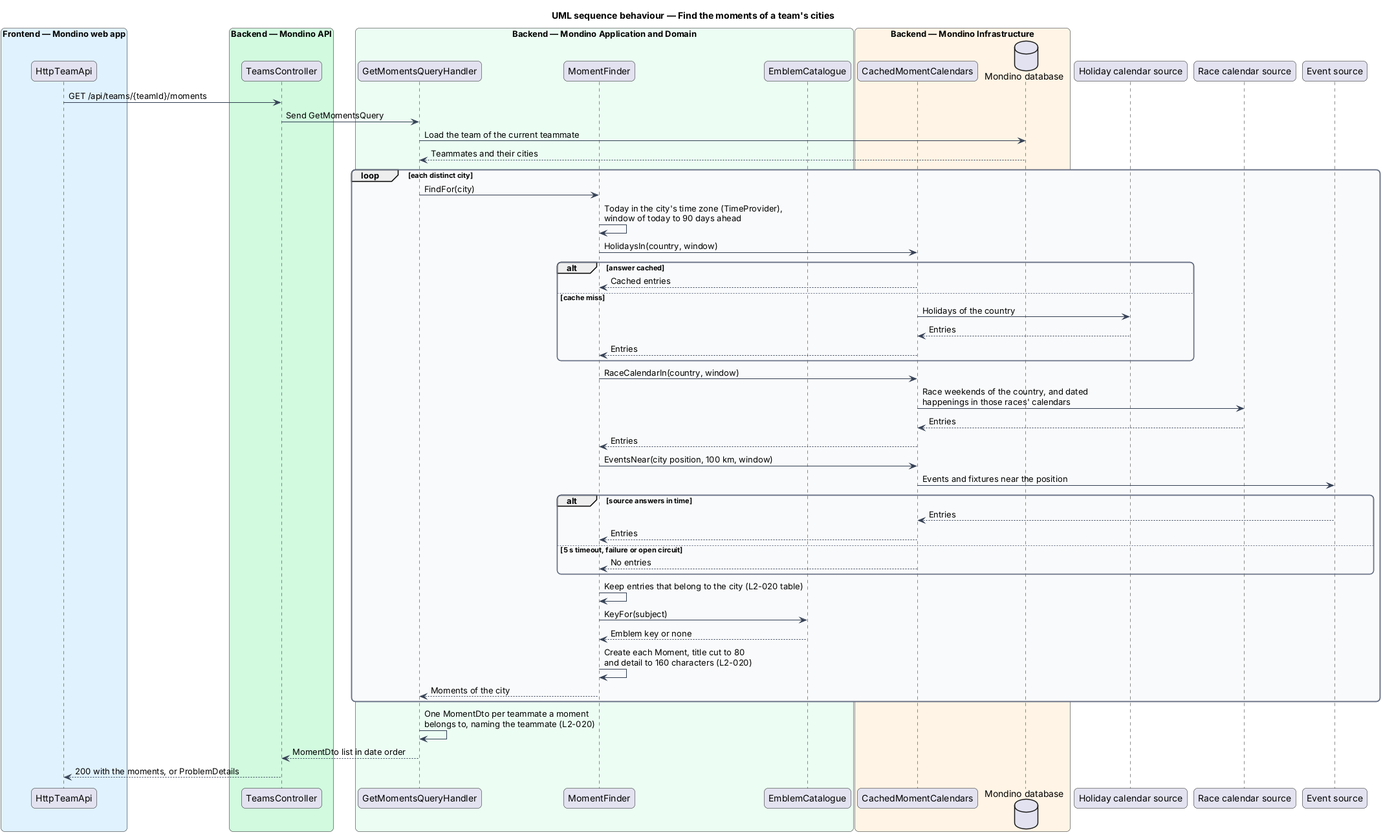
Earlier version of the PlantUML export docs/detailed-designs/moments/find-moments/diagrams/sequence-find-moments.png (QuinntyneBrown/Mondino).
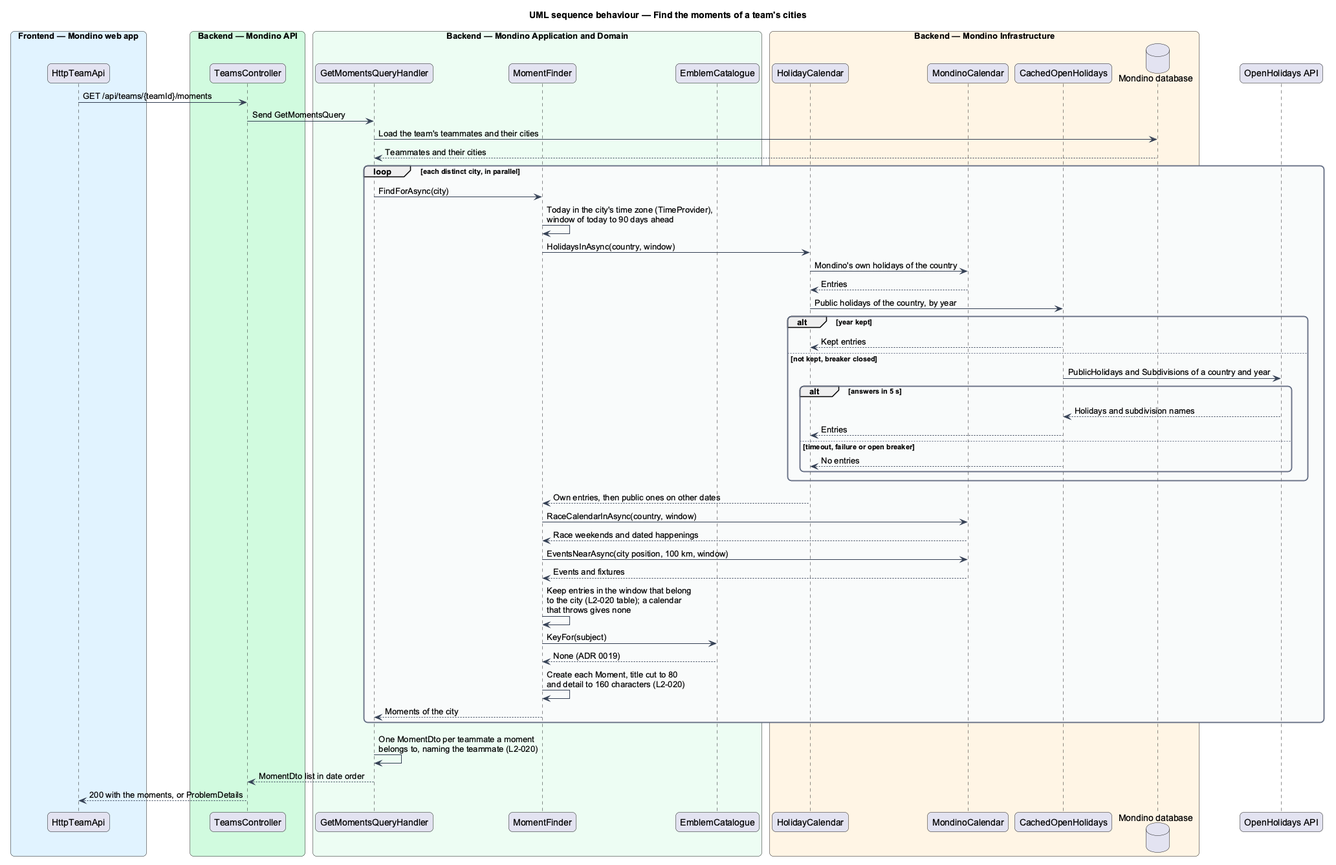
The same file after the commit.

Change to the diagram source:
```diff
@@ -26,43 +26,43 @@
   participant "EmblemCatalogue" as emblems
 end box
 box "Backend — Mondino Infrastructure" #FFF4E5
-  participant "CachedMomentCalendars" as cache
+  participant "HolidayCalendar" as holidays
+  participant "MondinoCalendar" as own
+  participant "CachedOpenHolidays" as cache
   database "Mondino database" as db
 end box
-participant "Holiday calendar source" as holidays
-participant "Race calendar source" as races
-participant "Event source" as events
+participant "OpenHolidays API" as source
 
 client -> controller : GET /api/teams/{teamId}/moments
 controller -> handler : Send GetMomentsQuery
-handler -> db : Load the team of the current teammate
+handler -> db : Load the team's teammates and their cities
 db --> handler : Teammates and their cities
-loop each distinct city
-  handler -> finder : FindFor(city)
+loop each distinct city, in parallel
+  handler -> finder : FindForAsync(city)
   finder -> finder : Today in the city's time zone (TimeProvider),\nwindow of today to 90 days ahead
-  finder -> cache : HolidaysIn(country, window)
-  alt answer cached
-    cache --> finder : Cached entries
-  else cache miss
-    cache -> holidays : Holidays of the country
-    holidays --> cache : Entries
-    cache --> finder : Entries
+  finder -> holidays : HolidaysInAsync(country, window)
+  holidays -> own : Mondino's own holidays of the country
+  own --> holidays : Entries
+  holidays -> cache : Public holidays of the country, by year
+  alt year kept
+    cache --> holidays : Kept entries
+  else not kept, breaker closed
+    cache -> source : PublicHolidays and Subdivisions of a country and year
+    alt answers in 5 s
+      source --> cache : Holidays and subdivision names
+      cache --> holidays : Entries
+    else timeout, failure or open breaker
+      cache --> holidays : No entries
+    end
   end
-  finder -> cache : RaceCalendarIn(country, window)
-  cache -> races : Race weekends of the country, and dated\nhappenings in those races' calendars
-  races --> cache : Entries
-  cache --> finder : Entries
-  finder -> cache : EventsNear(city position, 100 km, window)
-  cache -> events : Events and fixtures near the position
-  alt source answers in time
-    events --> cache : Entries
-    cache --> finder : Entries
-  else 5 s timeout, failure or open circuit
-    cache --> finder : No entries
-  end
-  finder -> finder : Keep entries that belong to the city (L2-020 table)
+  holidays --> finder : Own entries, then public ones on other dates
+  finder -> own : RaceCalendarInAsync(country, window)
+  own --> finder : Race weekends and dated happenings
+  finder -> own : EventsNearAsync(city position, 100 km, window)
+  own --> finder : Events and fixtures
+  finder -> finder : Keep entries in the window that belong\nto the city (L2-020 table); a calendar\nthat throws gives none
   finder -> emblems : KeyFor(subject)
-  emblems --> finder : Emblem key or none
+  emblems --> finder : None (ADR 0019)
   finder -> finder : Create each Moment, title cut to 80\nand detail to 160 characters (L2-020)
   finder --> handler : Moments of the city
 end
```
